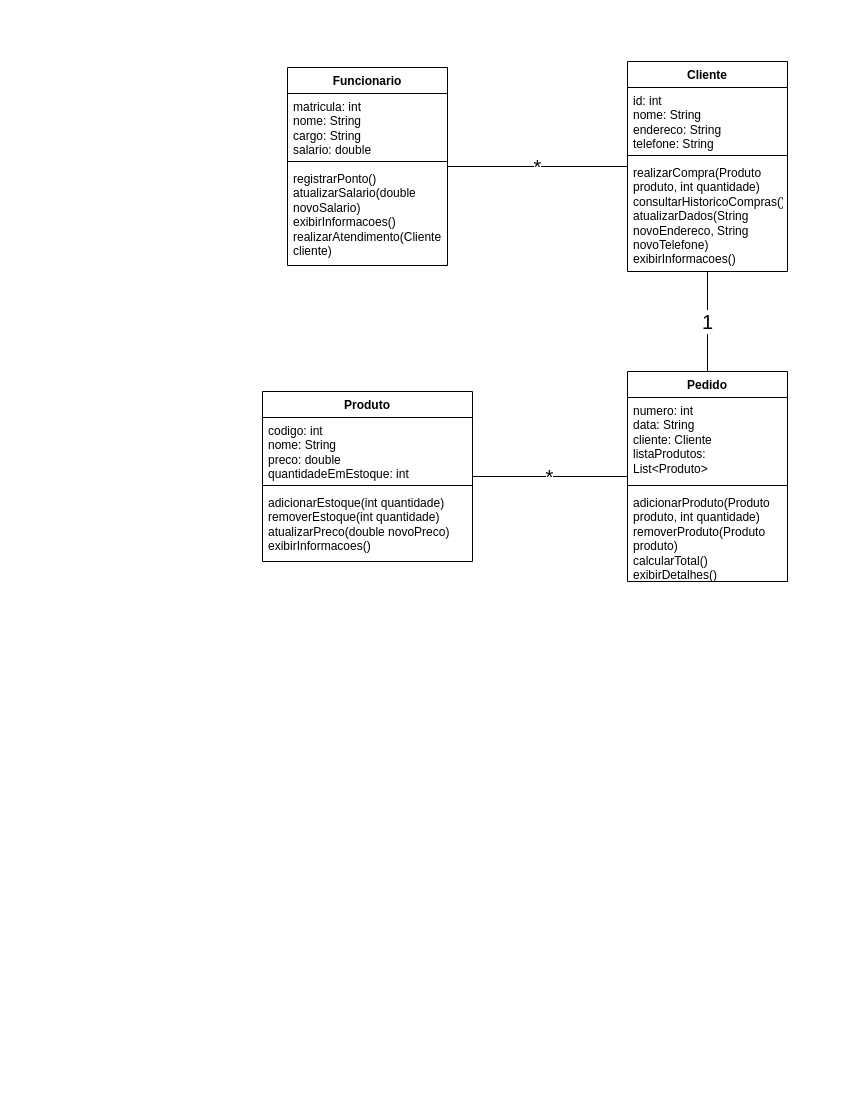
Before: Diagramas/CÉSAR_DIAGRAMADECLASSE002.drawio in Cesarcfw/Draw.IO, a draw.io diagram. Source tidied: cells renumbered, new cells numbered last; positions are measured from the earlier drawing's top-left corner, leaving out a move shared by most shapes. Both pictures are drawn from the tidied source at 100%, with x=0, y=0 at pixel (262, 61).
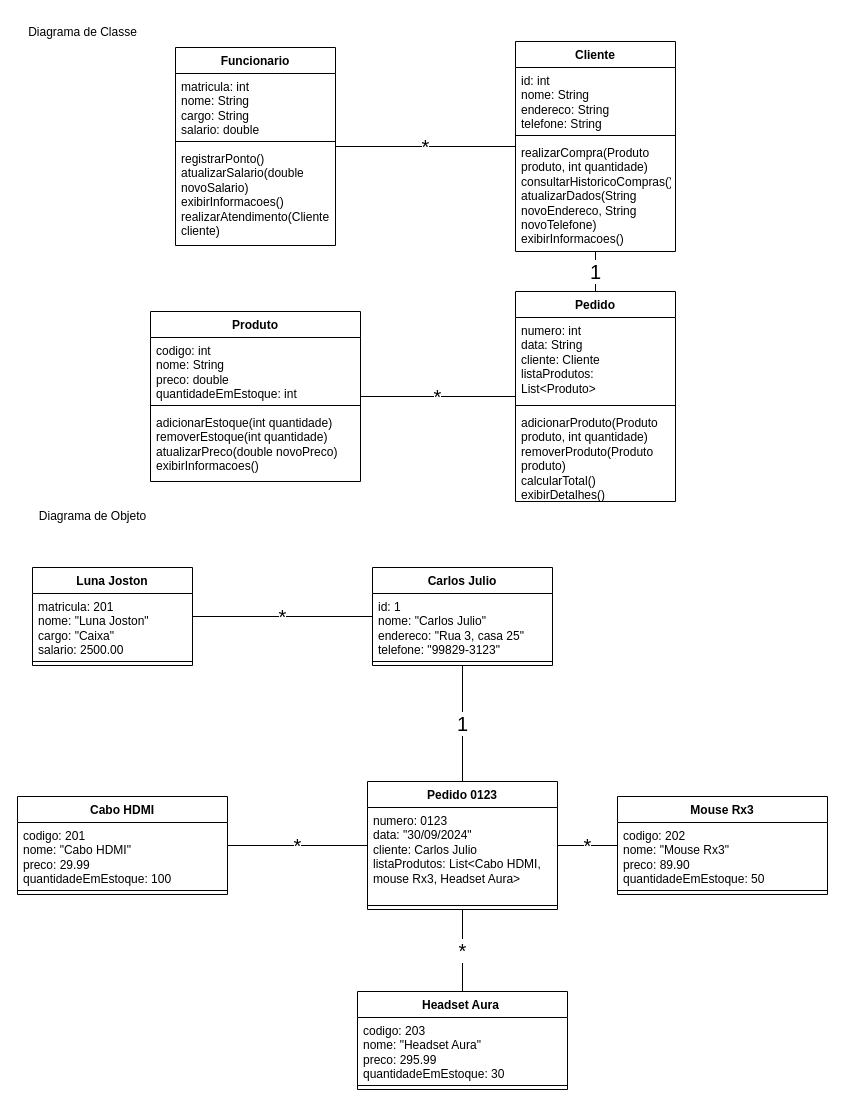
The same diagram, later.

Change to the diagram source:
```diff
@@
     <mxCell id="10" value="Produto" style="swimlane;fontStyle=1;align=center;verticalAlign=top;horizontal=1;startSize=26;whiteSpace=wrap;html=1;" parent="1" vertex="1">
-      <mxGeometry y="330" width="210" height="170" as="geometry" />
+      <mxGeometry x="-112" y="250" width="210" height="170" as="geometry" />
     </mxCell>
@@
     <mxCell id="15" value="Cliente" style="swimlane;fontStyle=1;align=center;verticalAlign=top;horizontal=1;startSize=26;whiteSpace=wrap;html=1;" parent="1" vertex="1">
-      <mxGeometry x="365" width="160" height="210" as="geometry" />
+      <mxGeometry x="253" y="-20" width="160" height="210" as="geometry" />
     </mxCell>
@@
     <mxCell id="20" value="Funcionario" style="swimlane;fontStyle=1;align=center;verticalAlign=top;horizontal=1;startSize=26;whiteSpace=wrap;html=1;" parent="1" vertex="1">
-      <mxGeometry x="25" y="6" width="160" height="198" as="geometry" />
+      <mxGeometry x="-87" y="-14" width="160" height="198" as="geometry" />
     </mxCell>
@@
     <mxCell id="25" value="Pedido" style="swimlane;fontStyle=1;align=center;verticalAlign=top;horizontal=1;startSize=26;whiteSpace=wrap;html=1;" parent="1" vertex="1">
-      <mxGeometry x="365" y="310" width="160" height="210" as="geometry" />
+      <mxGeometry x="253" y="230" width="160" height="210" as="geometry" />
     </mxCell>
@@
+    <mxCell id="29" value="Cabo HDMI" style="swimlane;fontStyle=1;align=center;verticalAlign=top;horizontal=1;startSize=26;whiteSpace=wrap;html=1;" parent="1" vertex="1">
+      <mxGeometry x="-245" y="735" width="210" height="98" as="geometry" />
+    </mxCell>
+    <mxCell id="30" value="codigo: 201&lt;div&gt;&lt;div&gt;nome: &quot;Cabo HDMI&quot;&lt;/div&gt;&lt;div&gt;preco: 29.99&lt;/div&gt;&lt;div&gt;quantidadeEmEstoque: 100&lt;/div&gt;&lt;/div&gt;&lt;div&gt;&lt;br&gt;&lt;/div&gt;" style="text;strokeColor=none;fillColor=none;align=left;verticalAlign=top;spacingLeft=4;spacingRight=4;overflow=hidden;whiteSpace=wrap;html=1;" parent="29" vertex="1">
+      <mxGeometry y="26" width="210" height="64" as="geometry" />
+    </mxCell>
+    <mxCell id="31" style="line;strokeWidth=1;fillColor=none;align=left;verticalAlign=middle;spacingTop=-1;spacingLeft=3;spacingRight=3;labelPosition=right;strokeColor=inherit;" parent="29" vertex="1">
+      <mxGeometry y="90" width="210" height="8" as="geometry" />
+    </mxCell>
+    <mxCell id="32" value="1" style="edgeStyle=orthogonalEdgeStyle;rounded=0;jettySize=auto;html=1;fontSize=20;endArrow=none;endFill=0;" parent="1" edge="1" source="33" target="41">
+      <mxGeometry relative="1" as="geometry" />
+    </mxCell>
+    <mxCell id="33" value="Carlos Julio" style="swimlane;fontStyle=1;align=center;verticalAlign=top;horizontal=1;startSize=26;whiteSpace=wrap;html=1;" parent="1" vertex="1">
+      <mxGeometry x="110" y="506" width="180" height="98" as="geometry" />
+    </mxCell>
+    <mxCell id="34" value="&lt;div&gt;id: 1&lt;/div&gt;&lt;div&gt;nome: &quot;Carlos Julio&quot;&lt;/div&gt;&lt;div&gt;endereco: &quot;Rua 3, casa 25&quot;&lt;/div&gt;&lt;div&gt;telefone: &quot;99829-3123&quot;&lt;/div&gt;" style="text;strokeColor=none;fillColor=none;align=left;verticalAlign=top;spacingLeft=4;spacingRight=4;overflow=hidden;whiteSpace=wrap;html=1;" parent="33" vertex="1">
+      <mxGeometry y="26" width="180" height="64" as="geometry" />
+    </mxCell>
+    <mxCell id="35" style="line;strokeWidth=1;fillColor=none;align=left;verticalAlign=middle;spacingTop=-1;spacingLeft=3;spacingRight=3;labelPosition=right;strokeColor=inherit;" parent="33" vertex="1">
+      <mxGeometry y="90" width="180" height="8" as="geometry" />
+    </mxCell>
+    <mxCell id="36" value="&lt;font style=&quot;font-size: 20px;&quot;&gt;*&lt;/font&gt;" style="edgeStyle=orthogonalEdgeStyle;rounded=0;jettySize=auto;html=1;endArrow=none;endFill=0;" parent="1" edge="1" source="37" target="33">
+      <mxGeometry relative="1" as="geometry" />
+    </mxCell>
+    <mxCell id="37" value="Luna Joston" style="swimlane;fontStyle=1;align=center;verticalAlign=top;horizontal=1;startSize=26;whiteSpace=wrap;html=1;" parent="1" vertex="1">
+      <mxGeometry x="-230" y="506" width="160" height="98" as="geometry" />
+    </mxCell>
+    <mxCell id="38" value="&lt;div&gt;matricula: 201&lt;/div&gt;&lt;div&gt;nome: &quot;Luna Joston&quot;&lt;/div&gt;&lt;div&gt;cargo: &quot;Caixa&quot;&lt;/div&gt;&lt;div&gt;salario: 2500.00&lt;/div&gt;" style="text;strokeColor=none;fillColor=none;align=left;verticalAlign=top;spacingLeft=4;spacingRight=4;overflow=hidden;whiteSpace=wrap;html=1;" parent="37" vertex="1">
+      <mxGeometry y="26" width="160" height="64" as="geometry" />
+    </mxCell>
+    <mxCell id="39" style="line;strokeWidth=1;fillColor=none;align=left;verticalAlign=middle;spacingTop=-1;spacingLeft=3;spacingRight=3;labelPosition=right;strokeColor=inherit;" parent="37" vertex="1">
+      <mxGeometry y="90" width="160" height="8" as="geometry" />
+    </mxCell>
+    <mxCell id="40" value="*" style="edgeStyle=orthogonalEdgeStyle;rounded=0;jettySize=auto;html=1;fontSize=20;endArrow=none;endFill=0;" parent="1" edge="1" source="41" target="29">
+      <mxGeometry relative="1" as="geometry" />
+    </mxCell>
+    <mxCell id="41" value="Pedido 0123" style="swimlane;fontStyle=1;align=center;verticalAlign=top;horizontal=1;startSize=26;whiteSpace=wrap;html=1;" parent="1" vertex="1">
+      <mxGeometry x="105" y="720" width="190" height="128" as="geometry" />
+    </mxCell>
+    <mxCell id="42" value="&lt;div&gt;numero: 0123&lt;/div&gt;&lt;div&gt;data: &quot;30/09/2024&quot;&lt;/div&gt;&lt;div&gt;cliente: Carlos Julio&lt;/div&gt;&lt;div&gt;listaProdutos: List&amp;lt;Cabo HDMI, mouse Rx3, Headset Aura&amp;gt;&lt;/div&gt;" style="text;strokeColor=none;fillColor=none;align=left;verticalAlign=top;spacingLeft=4;spacingRight=4;overflow=hidden;whiteSpace=wrap;html=1;" parent="41" vertex="1">
+      <mxGeometry y="26" width="190" height="94" as="geometry" />
+    </mxCell>
+    <mxCell id="43" style="line;strokeWidth=1;fillColor=none;align=left;verticalAlign=middle;spacingTop=-1;spacingLeft=3;spacingRight=3;labelPosition=right;strokeColor=inherit;" parent="41" vertex="1">
+      <mxGeometry y="120" width="190" height="8" as="geometry" />
+    </mxCell>
+    <mxCell id="44" value="Mouse Rx3" style="swimlane;fontStyle=1;align=center;verticalAlign=top;horizontal=1;startSize=26;whiteSpace=wrap;html=1;" parent="1" vertex="1">
+      <mxGeometry x="355" y="735" width="210" height="98" as="geometry" />
+    </mxCell>
+    <mxCell id="45" value="codigo: 202&lt;div&gt;&lt;div&gt;nome: &quot;Mouse Rx3&quot;&lt;/div&gt;&lt;div&gt;preco: 89.90&lt;/div&gt;&lt;div&gt;quantidadeEmEstoque: 50&lt;/div&gt;&lt;/div&gt;&lt;div&gt;&lt;br&gt;&lt;/div&gt;" style="text;strokeColor=none;fillColor=none;align=left;verticalAlign=top;spacingLeft=4;spacingRight=4;overflow=hidden;whiteSpace=wrap;html=1;" parent="44" vertex="1">
+      <mxGeometry y="26" width="210" height="64" as="geometry" />
+    </mxCell>
+    <mxCell id="46" style="line;strokeWidth=1;fillColor=none;align=left;verticalAlign=middle;spacingTop=-1;spacingLeft=3;spacingRight=3;labelPosition=right;strokeColor=inherit;" parent="44" vertex="1">
+      <mxGeometry y="90" width="210" height="8" as="geometry" />
+    </mxCell>
+    <mxCell id="47" value="Headset Aura&lt;span style=&quot;white-space: pre;&quot;&gt;&#9;&lt;/span&gt;" style="swimlane;fontStyle=1;align=center;verticalAlign=top;horizontal=1;startSize=26;whiteSpace=wrap;html=1;" parent="1" vertex="1">
+      <mxGeometry x="95" y="930" width="210" height="98" as="geometry" />
+    </mxCell>
+    <mxCell id="48" value="codigo: 203&lt;div&gt;&lt;div&gt;nome: &quot;Headset Aura&quot;&lt;/div&gt;&lt;div&gt;preco: 295.99&lt;/div&gt;&lt;div&gt;quantidadeEmEstoque: 30&lt;/div&gt;&lt;/div&gt;&lt;div&gt;&lt;br&gt;&lt;/div&gt;" style="text;strokeColor=none;fillColor=none;align=left;verticalAlign=top;spacingLeft=4;spacingRight=4;overflow=hidden;whiteSpace=wrap;html=1;" parent="47" vertex="1">
+      <mxGeometry y="26" width="210" height="64" as="geometry" />
+    </mxCell>
+    <mxCell id="49" style="line;strokeWidth=1;fillColor=none;align=left;verticalAlign=middle;spacingTop=-1;spacingLeft=3;spacingRight=3;labelPosition=right;strokeColor=inherit;" parent="47" vertex="1">
+      <mxGeometry y="90" width="210" height="8" as="geometry" />
+    </mxCell>
+    <mxCell id="50" value="*" style="edgeStyle=orthogonalEdgeStyle;rounded=0;jettySize=auto;html=1;fontSize=20;endArrow=none;endFill=0;" parent="1" edge="1" source="44" target="41">
+      <mxGeometry relative="1" as="geometry" />
+    </mxCell>
+    <mxCell id="51" value="*" style="edgeStyle=orthogonalEdgeStyle;rounded=0;jettySize=auto;html=1;fontSize=20;endArrow=none;endFill=0;" parent="1" edge="1" source="41" target="47">
+      <mxGeometry relative="1" as="geometry" />
+    </mxCell>
+    <mxCell id="52" value="Diagrama de Objeto" style="text;html=1;align=center;verticalAlign=middle;strokeColor=none;fillColor=none;" parent="1" vertex="1">
+      <mxGeometry x="-235" y="440" width="130" height="30" as="geometry" />
+    </mxCell>
+    <mxCell id="53" value="Diagrama de Classe" style="text;html=1;align=center;verticalAlign=middle;strokeColor=none;fillColor=none;" parent="1" vertex="1">
+      <mxGeometry x="-245" y="-44" width="130" height="30" as="geometry" />
+    </mxCell>
```
